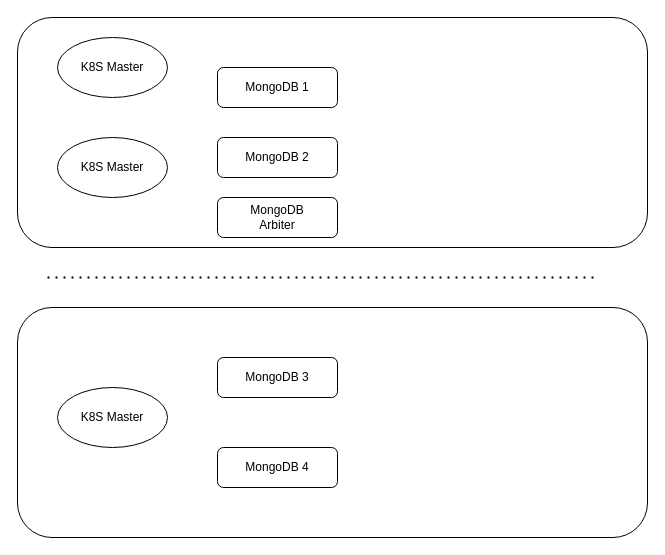
Above: trien khai mano ocs 100M.drawio in hiep1097/drawio (draw.io), before the change. Source tidied: cells renumbered, new cells numbered last; positions are measured from the earlier drawing's top-left corner, leaving out a move shared by most shapes. Both pictures are drawn from the tidied source at 100%, with x=0, y=0 at pixel (17, 17).
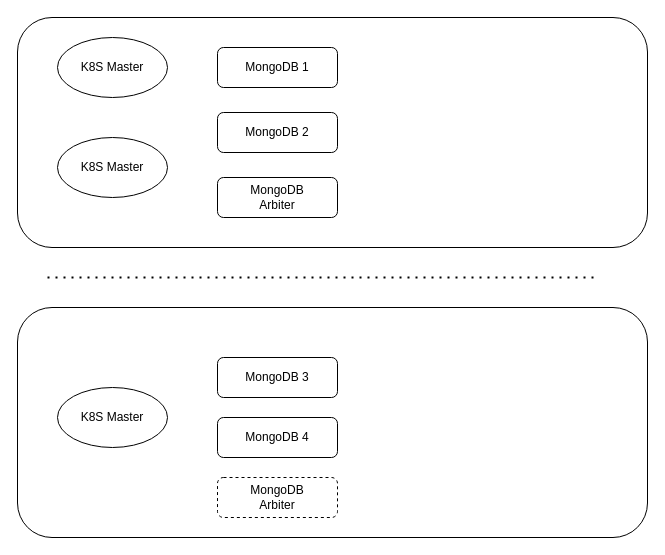
The same diagram, later.

Commit message (it also covers changes not shown here):
Cập nhật trien khai mano ocs 100M.drawio

Change to the diagram source:
```diff
@@
 <mxGraphModel>
   <root>
     <mxCell id="0" />
     <mxCell id="1" parent="0" />
     <mxCell id="2" style="rounded=1;whiteSpace=wrap;html=1;" parent="1" vertex="1">
       <mxGeometry width="630" height="230" as="geometry" />
     </mxCell>
     <mxCell id="3" style="rounded=1;whiteSpace=wrap;html=1;" parent="1" vertex="1">
       <mxGeometry y="290" width="630" height="230" as="geometry" />
     </mxCell>
     <mxCell id="4" style="endArrow=none;dashed=1;html=1;dashPattern=1 3;strokeWidth=2;rounded=0;" parent="1" edge="1">
       <mxGeometry relative="1" as="geometry">
         <mxPoint x="30" y="260" as="sourcePoint" />
         <mxPoint x="580" y="260" as="targetPoint" />
       </mxGeometry>
     </mxCell>
     <mxCell id="5" value="K8S Master" style="ellipse;whiteSpace=wrap;html=1;" parent="1" vertex="1">
       <mxGeometry x="40" y="20" width="110" height="60" as="geometry" />
     </mxCell>
     <mxCell id="6" value="K8S Master" style="ellipse;whiteSpace=wrap;html=1;" parent="1" vertex="1">
       <mxGeometry x="40" y="120" width="110" height="60" as="geometry" />
     </mxCell>
     <mxCell id="7" value="K8S Master" style="ellipse;whiteSpace=wrap;html=1;" parent="1" vertex="1">
       <mxGeometry x="40" y="370" width="110" height="60" as="geometry" />
     </mxCell>
     <mxCell id="8" value="MongoDB&lt;span style=&quot;background-color: initial;&quot;&gt;&amp;nbsp;3&lt;/span&gt;" style="rounded=1;whiteSpace=wrap;html=1;" parent="1" vertex="1">
       <mxGeometry x="200" y="340" width="120" height="40" as="geometry" />
     </mxCell>
     <mxCell id="9" value="MongoDB&lt;span style=&quot;background-color: initial;&quot;&gt;&amp;nbsp;4&lt;/span&gt;" style="rounded=1;whiteSpace=wrap;html=1;" parent="1" vertex="1">
-      <mxGeometry x="200" y="430" width="120" height="40" as="geometry" />
+      <mxGeometry x="200" y="400" width="120" height="40" as="geometry" />
     </mxCell>
     <mxCell id="10" value="MongoDB&lt;span style=&quot;background-color: initial;&quot;&gt;&amp;nbsp;1&lt;/span&gt;" style="rounded=1;whiteSpace=wrap;html=1;" parent="1" vertex="1">
-      <mxGeometry x="200" y="50" width="120" height="40" as="geometry" />
+      <mxGeometry x="200" y="30" width="120" height="40" as="geometry" />
     </mxCell>
     <mxCell id="11" value="MongoDB&lt;span style=&quot;background-color: initial;&quot;&gt;&amp;nbsp;2&lt;/span&gt;" style="rounded=1;whiteSpace=wrap;html=1;" parent="1" vertex="1">
-      <mxGeometry x="200" y="120" width="120" height="40" as="geometry" />
+      <mxGeometry x="200" y="95" width="120" height="40" as="geometry" />
     </mxCell>
     <mxCell id="12" value="MongoDB&lt;div&gt;Arbiter&lt;/div&gt;" style="rounded=1;whiteSpace=wrap;html=1;" parent="1" vertex="1">
-      <mxGeometry x="200" y="180" width="120" height="40" as="geometry" />
+      <mxGeometry x="200" y="160" width="120" height="40" as="geometry" />
     </mxCell>
+    <mxCell id="13" value="MongoDB&lt;div&gt;Arbiter&lt;/div&gt;" style="rounded=1;whiteSpace=wrap;html=1;dashed=1;" parent="1" vertex="1">
+      <mxGeometry x="200" y="460" width="120" height="40" as="geometry" />
+    </mxCell>
   </root>
 </mxGraphModel>
```
